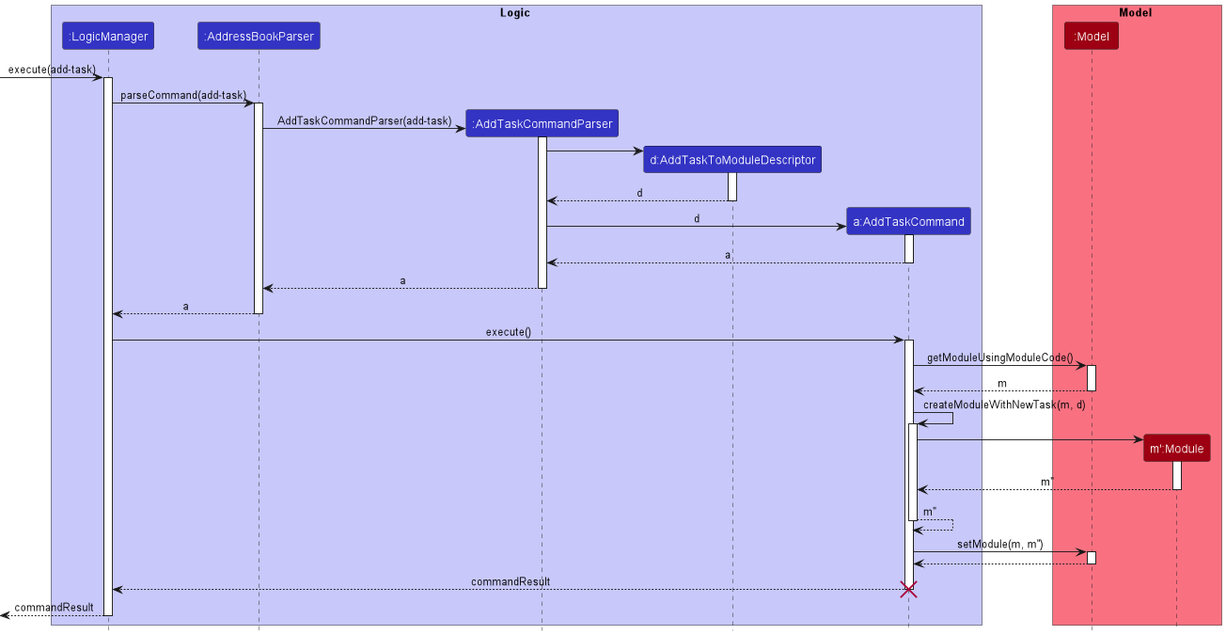
Earlier version of the PlantUML export docs/images/AddDeleteSwapTaskFeature/AddTaskSequenceDiagram.png (nus-cs2103-AY2223S1/tp). Source of this version:
```plantuml
@startuml
!include ../style.puml

box Logic LOGIC_COLOR_T1
participant ":LogicManager" as LogicManager LOGIC_COLOR
participant ":AddressBookParser" as AddressBookParser LOGIC_COLOR
participant ":AddTaskCommandParser" as AddTaskCommandParser LOGIC_COLOR
participant "d:AddTaskToModuleDescriptor" as AddTaskToModuleDescriptor LOGIC_COLOR
participant "a:AddTaskCommand" as AddTaskCommand LOGIC_COLOR
end box

box Model MODEL_COLOR_T1
participant ":Model" as Model MODEL_COLOR
participant "m':Module" as Module MODEL_COLOR
end box
[-> LogicManager : execute(add-task)
activate LogicManager

LogicManager -> AddressBookParser : parseCommand(add-task)
activate AddressBookParser

create AddTaskCommandParser
AddressBookParser -> AddTaskCommandParser : AddTaskCommandParser(add-task)
activate AddTaskCommandParser

create AddTaskToModuleDescriptor
AddTaskCommandParser -> AddTaskToModuleDescriptor
activate AddTaskToModuleDescriptor

AddTaskToModuleDescriptor --> AddTaskCommandParser : d
deactivate AddTaskToModuleDescriptor

create AddTaskCommand
AddTaskCommandParser -> AddTaskCommand : d
activate AddTaskCommand

AddTaskCommand --> AddTaskCommandParser : a
deactivate AddTaskCommand

AddTaskCommandParser --> AddressBookParser : a
deactivate AddTaskCommandParser

AddressBookParser --> LogicManager : a
deactivate AddressBookParser

LogicManager -> AddTaskCommand : execute()
activate AddTaskCommand

AddTaskCommand -> Model : getModuleUsingModuleCode()
activate Model

Model --> AddTaskCommand : m
deactivate Model

AddTaskCommand -> AddTaskCommand :createModuleWithNewTask(m, d)
activate AddTaskCommand

create Module
AddTaskCommand -> Module
activate Module

Module --> AddTaskCommand : m''
deactivate Module

AddTaskCommand --> AddTaskCommand : m''
deactivate AddTaskCommand

AddTaskCommand -> Model : setModule(m, m'')
activate Model

Model --> AddTaskCommand
deactivate Model

AddTaskCommand --> LogicManager : commandResult
destroy AddTaskCommand

[<--LogicManager : commandResult
deactivate LogicManager
@enduml
```
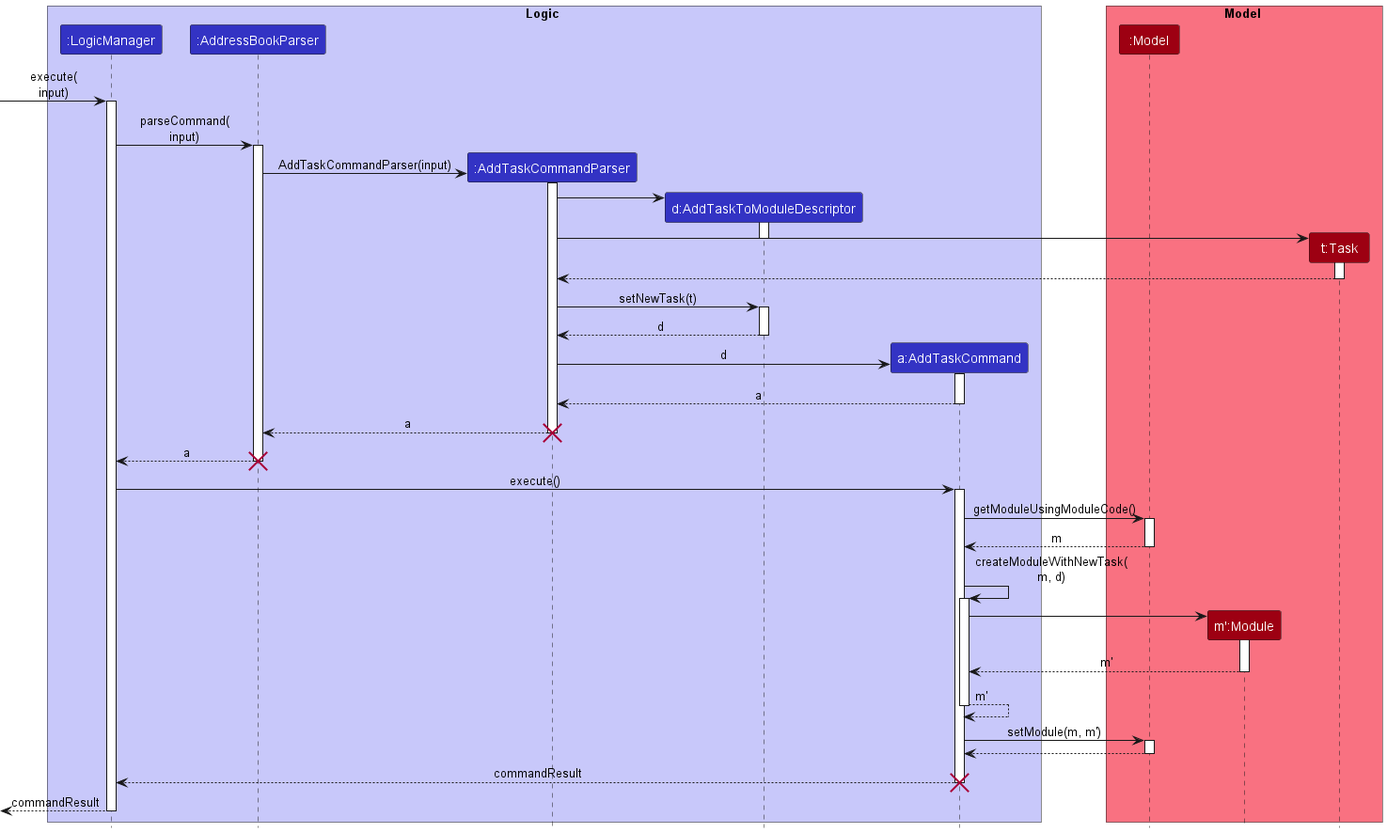
The same diagram one commit later.

Change to the diagram source:
```diff
@@ -12,19 +12,31 @@
 box Model MODEL_COLOR_T1
 participant ":Model" as Model MODEL_COLOR
 participant "m':Module" as Module MODEL_COLOR
+participant "t:Task" as Task MODEL_COLOR
 end box
-[-> LogicManager : execute(add-task)
+[-> LogicManager : execute(\ninput)
 activate LogicManager
 
-LogicManager -> AddressBookParser : parseCommand(add-task)
+LogicManager -> AddressBookParser : parseCommand(\ninput)
 activate AddressBookParser
 
 create AddTaskCommandParser
-AddressBookParser -> AddTaskCommandParser : AddTaskCommandParser(add-task)
+AddressBookParser -> AddTaskCommandParser : AddTaskCommandParser(input)
 activate AddTaskCommandParser
 
 create AddTaskToModuleDescriptor
 AddTaskCommandParser -> AddTaskToModuleDescriptor
+activate AddTaskToModuleDescriptor
+
+create Task
+AddTaskCommandParser -> Task
+activate Task
+deactivate AddTaskToModuleDescriptor
+
+Task --> AddTaskCommandParser
+deactivate Task
+
+AddTaskCommandParser -> AddTaskToModuleDescriptor : setNewTask(t)
 activate AddTaskToModuleDescriptor
 
 AddTaskToModuleDescriptor --> AddTaskCommandParser : d
@@ -38,10 +50,10 @@
 deactivate AddTaskCommand
 
 AddTaskCommandParser --> AddressBookParser : a
-deactivate AddTaskCommandParser
+destroy AddTaskCommandParser
 
 AddressBookParser --> LogicManager : a
-deactivate AddressBookParser
+destroy AddressBookParser
 
 LogicManager -> AddTaskCommand : execute()
 activate AddTaskCommand
@@ -52,20 +64,20 @@
 Model --> AddTaskCommand : m
 deactivate Model
 
-AddTaskCommand -> AddTaskCommand :createModuleWithNewTask(m, d)
+AddTaskCommand -> AddTaskCommand :createModuleWithNewTask(\nm, d)
 activate AddTaskCommand
 
 create Module
 AddTaskCommand -> Module
 activate Module
 
-Module --> AddTaskCommand : m''
+Module --> AddTaskCommand : m'
 deactivate Module
 
-AddTaskCommand --> AddTaskCommand : m''
+AddTaskCommand --> AddTaskCommand : m'
 deactivate AddTaskCommand
 
-AddTaskCommand -> Model : setModule(m, m'')
+AddTaskCommand -> Model : setModule(m, m')
 activate Model
 
 Model --> AddTaskCommand
```
